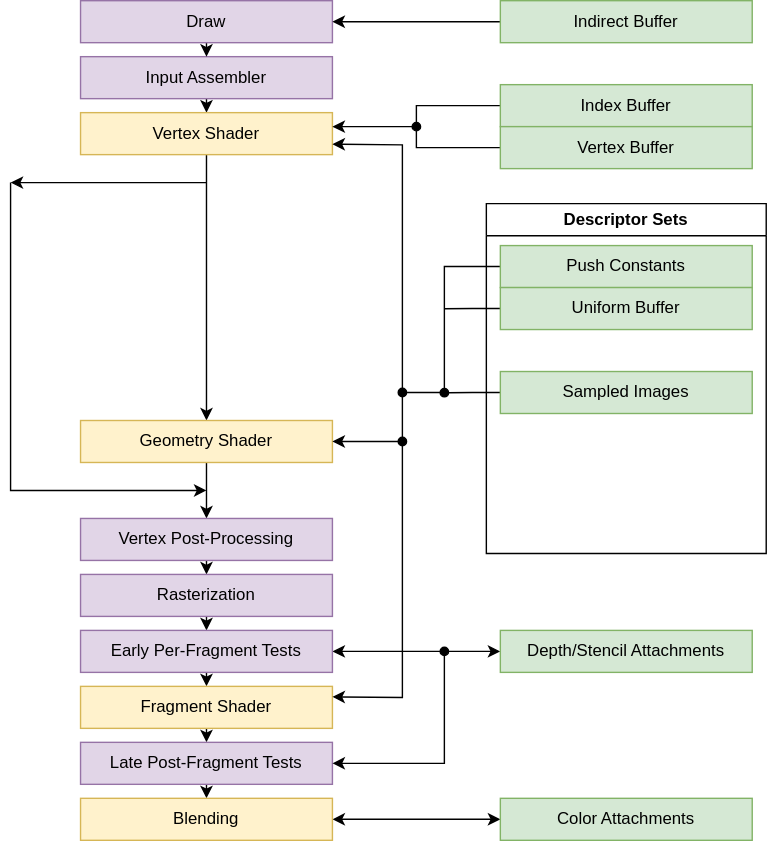
Tengu712/vulkan-tutorial keeps this draw.io diagram as img/vulkan-rendering-pipeline-diagram-in-tutorial.svg. Above is the earlier version. Source tidied: cells renumbered, new cells last; positions are measured from the earlier drawing's top-left corner, leaving out a move shared by most shapes. Its diagram source:
```xml
<mxGraphModel>
  <root>
    <mxCell id="0" />
    <mxCell id="1" parent="0" />
    <mxCell id="2" style="edgeStyle=orthogonalEdgeStyle;rounded=0;jettySize=auto;html=1;exitX=0.5;exitY=1;exitDx=0;exitDy=0;entryX=0.5;entryY=0;entryDx=0;entryDy=0;" parent="1" edge="1" source="3" target="5">
      <mxGeometry relative="1" as="geometry" />
    </mxCell>
    <mxCell id="3" value="&lt;div&gt;Input Assembler&lt;/div&gt;" style="rounded=0;whiteSpace=wrap;html=1;fillColor=#e1d5e7;strokeColor=#9673a6;" parent="1" vertex="1">
      <mxGeometry x="50" y="40" width="180" height="30" as="geometry" />
    </mxCell>
    <mxCell id="4" style="edgeStyle=orthogonalEdgeStyle;rounded=0;jettySize=auto;html=1;exitX=0.5;exitY=1;exitDx=0;exitDy=0;entryX=0.5;entryY=0;entryDx=0;entryDy=0;" parent="1" edge="1" source="5" target="7">
      <mxGeometry relative="1" as="geometry" />
    </mxCell>
    <mxCell id="5" value="&lt;div&gt;Vertex Shader&lt;/div&gt;" style="rounded=0;whiteSpace=wrap;html=1;fillColor=#fff2cc;strokeColor=#d6b656;" parent="1" vertex="1">
      <mxGeometry x="50" y="80" width="180" height="30" as="geometry" />
    </mxCell>
    <mxCell id="6" style="edgeStyle=orthogonalEdgeStyle;rounded=0;jettySize=auto;html=1;exitX=0.5;exitY=1;exitDx=0;exitDy=0;entryX=0.5;entryY=0;entryDx=0;entryDy=0;" parent="1" edge="1" source="7" target="13">
      <mxGeometry relative="1" as="geometry" />
    </mxCell>
    <mxCell id="7" value="&lt;div&gt;Geometry Shader&lt;/div&gt;" style="rounded=0;whiteSpace=wrap;html=1;fillColor=#fff2cc;strokeColor=#d6b656;" parent="1" vertex="1">
      <mxGeometry x="50" y="300" width="180" height="30" as="geometry" />
    </mxCell>
    <mxCell id="8" style="endArrow=classic;html=1;rounded=0;" parent="1" edge="1">
      <mxGeometry relative="1" as="geometry">
        <mxPoint x="140" y="130" as="sourcePoint" />
        <mxPoint y="130" as="targetPoint" />
      </mxGeometry>
    </mxCell>
    <mxCell id="9" style="endArrow=classic;html=1;rounded=0;" parent="1" edge="1">
      <mxGeometry relative="1" as="geometry">
        <mxPoint y="130" as="sourcePoint" />
        <mxPoint x="140" y="350" as="targetPoint" />
        <Array as="points">
          <mxPoint y="350" />
        </Array>
      </mxGeometry>
    </mxCell>
    <mxCell id="10" style="edgeStyle=orthogonalEdgeStyle;rounded=0;jettySize=auto;html=1;exitX=0.5;exitY=1;exitDx=0;exitDy=0;entryX=0.5;entryY=0;entryDx=0;entryDy=0;" parent="1" edge="1" source="11" target="3">
      <mxGeometry relative="1" as="geometry" />
    </mxCell>
    <mxCell id="11" value="Draw" style="rounded=0;whiteSpace=wrap;html=1;fillColor=#e1d5e7;strokeColor=#9673a6;" parent="1" vertex="1">
      <mxGeometry x="50" width="180" height="30" as="geometry" />
    </mxCell>
    <mxCell id="12" style="edgeStyle=orthogonalEdgeStyle;rounded=0;jettySize=auto;html=1;exitX=0.5;exitY=1;exitDx=0;exitDy=0;entryX=0.5;entryY=0;entryDx=0;entryDy=0;" parent="1" edge="1" source="13" target="15">
      <mxGeometry relative="1" as="geometry" />
    </mxCell>
    <mxCell id="13" value="Vertex Post-Processing" style="rounded=0;whiteSpace=wrap;html=1;fillColor=#e1d5e7;strokeColor=#9673a6;" parent="1" vertex="1">
      <mxGeometry x="50" y="370" width="180" height="30" as="geometry" />
    </mxCell>
    <mxCell id="14" style="edgeStyle=orthogonalEdgeStyle;rounded=0;jettySize=auto;html=1;exitX=0.5;exitY=1;exitDx=0;exitDy=0;entryX=0.5;entryY=0;entryDx=0;entryDy=0;" parent="1" edge="1" source="15" target="18">
      <mxGeometry relative="1" as="geometry" />
    </mxCell>
    <mxCell id="15" value="Rasterization" style="rounded=0;whiteSpace=wrap;html=1;fillColor=#e1d5e7;strokeColor=#9673a6;" parent="1" vertex="1">
      <mxGeometry x="50" y="410" width="180" height="30" as="geometry" />
    </mxCell>
    <mxCell id="16" style="edgeStyle=orthogonalEdgeStyle;rounded=0;jettySize=auto;html=1;exitX=0.5;exitY=1;exitDx=0;exitDy=0;entryX=0.5;entryY=0;entryDx=0;entryDy=0;" parent="1" edge="1" source="18" target="20">
      <mxGeometry relative="1" as="geometry" />
    </mxCell>
    <mxCell id="17" style="edgeStyle=orthogonalEdgeStyle;rounded=0;jettySize=auto;html=1;exitX=1;exitY=0.5;exitDx=0;exitDy=0;entryX=0;entryY=0.5;entryDx=0;entryDy=0;startArrow=classic;startFill=1;" parent="1" edge="1" source="18" target="33">
      <mxGeometry relative="1" as="geometry" />
    </mxCell>
    <mxCell id="18" value="&lt;div&gt;Early Per-Fragment Tests&lt;/div&gt;" style="rounded=0;whiteSpace=wrap;html=1;fillColor=#e1d5e7;strokeColor=#9673a6;" parent="1" vertex="1">
      <mxGeometry x="50" y="450" width="180" height="30" as="geometry" />
    </mxCell>
    <mxCell id="19" style="edgeStyle=orthogonalEdgeStyle;rounded=0;jettySize=auto;html=1;exitX=0.5;exitY=1;exitDx=0;exitDy=0;entryX=0.5;entryY=0;entryDx=0;entryDy=0;" parent="1" edge="1" source="20" target="22">
      <mxGeometry relative="1" as="geometry" />
    </mxCell>
    <mxCell id="20" value="Fragment Shader" style="rounded=0;whiteSpace=wrap;html=1;fillColor=#fff2cc;strokeColor=#d6b656;" parent="1" vertex="1">
      <mxGeometry x="50" y="490" width="180" height="30" as="geometry" />
    </mxCell>
    <mxCell id="21" style="edgeStyle=orthogonalEdgeStyle;rounded=0;jettySize=auto;html=1;exitX=0.5;exitY=1;exitDx=0;exitDy=0;entryX=0.5;entryY=0;entryDx=0;entryDy=0;" parent="1" edge="1" source="22" target="24">
      <mxGeometry relative="1" as="geometry" />
    </mxCell>
    <mxCell id="22" value="Late Post-Fragment Tests" style="rounded=0;whiteSpace=wrap;html=1;fillColor=#e1d5e7;strokeColor=#9673a6;" parent="1" vertex="1">
      <mxGeometry x="50" y="530" width="180" height="30" as="geometry" />
    </mxCell>
    <mxCell id="23" style="edgeStyle=orthogonalEdgeStyle;rounded=0;jettySize=auto;html=1;exitX=1;exitY=0.5;exitDx=0;exitDy=0;entryX=0;entryY=0.5;entryDx=0;entryDy=0;startArrow=classic;startFill=1;" parent="1" edge="1" source="24" target="34">
      <mxGeometry relative="1" as="geometry" />
    </mxCell>
    <mxCell id="24" value="Blending" style="rounded=0;whiteSpace=wrap;html=1;fillColor=#fff2cc;strokeColor=#d6b656;" parent="1" vertex="1">
      <mxGeometry x="50" y="570" width="180" height="30" as="geometry" />
    </mxCell>
    <mxCell id="25" style="edgeStyle=orthogonalEdgeStyle;rounded=0;jettySize=auto;html=1;exitX=0;exitY=0.5;exitDx=0;exitDy=0;" parent="1" edge="1" source="26">
      <mxGeometry relative="1" as="geometry">
        <mxPoint x="230" y="90" as="targetPoint" />
      </mxGeometry>
    </mxCell>
    <mxCell id="26" value="Index Buffer" style="rounded=0;whiteSpace=wrap;html=1;fillColor=#d5e8d4;strokeColor=#82b366;" parent="1" vertex="1">
      <mxGeometry x="350" y="60" width="180" height="30" as="geometry" />
    </mxCell>
    <mxCell id="27" style="edgeStyle=orthogonalEdgeStyle;rounded=0;jettySize=auto;html=1;exitX=0;exitY=0.5;exitDx=0;exitDy=0;entryX=1;entryY=0.5;entryDx=0;entryDy=0;" parent="1" edge="1" source="28" target="11">
      <mxGeometry relative="1" as="geometry" />
    </mxCell>
    <mxCell id="28" value="Indirect Buffer" style="rounded=0;whiteSpace=wrap;html=1;fillColor=#d5e8d4;strokeColor=#82b366;" parent="1" vertex="1">
      <mxGeometry x="350" width="180" height="30" as="geometry" />
    </mxCell>
    <mxCell id="29" style="edgeStyle=orthogonalEdgeStyle;rounded=0;jettySize=auto;html=1;exitX=0;exitY=0.5;exitDx=0;exitDy=0;endArrow=oval;endFill=1;startArrow=none;startFill=0;" parent="1" edge="1" source="30">
      <mxGeometry relative="1" as="geometry">
        <mxPoint x="290" y="90" as="targetPoint" />
        <Array as="points">
          <mxPoint x="290" y="105" />
        </Array>
      </mxGeometry>
    </mxCell>
    <mxCell id="30" value="Vertex Buffer" style="rounded=0;whiteSpace=wrap;html=1;fillColor=#d5e8d4;strokeColor=#82b366;" parent="1" vertex="1">
      <mxGeometry x="350" y="90" width="180" height="30" as="geometry" />
    </mxCell>
    <mxCell id="31" style="endArrow=classic;html=1;rounded=0;entryX=1;entryY=0.75;entryDx=0;entryDy=0;exitX=1;exitY=0.25;exitDx=0;exitDy=0;startArrow=classic;startFill=1;" parent="1" edge="1" source="20" target="5">
      <mxGeometry relative="1" as="geometry">
        <Array as="points">
          <mxPoint x="280" y="498" />
          <mxPoint x="280" y="103" />
        </Array>
      </mxGeometry>
    </mxCell>
    <mxCell id="32" style="endArrow=classic;html=1;rounded=0;entryX=1;entryY=0.5;entryDx=0;entryDy=0;startArrow=oval;startFill=1;" parent="1" edge="1" target="7">
      <mxGeometry relative="1" as="geometry">
        <mxPoint x="280" y="315" as="sourcePoint" />
      </mxGeometry>
    </mxCell>
    <mxCell id="33" value="Depth/Stencil Attachments" style="rounded=0;whiteSpace=wrap;html=1;fillColor=#d5e8d4;strokeColor=#82b366;" parent="1" vertex="1">
      <mxGeometry x="350" y="450" width="180" height="30" as="geometry" />
    </mxCell>
    <mxCell id="34" value="Color Attachments" style="rounded=0;whiteSpace=wrap;html=1;fillColor=#d5e8d4;strokeColor=#82b366;" parent="1" vertex="1">
      <mxGeometry x="350" y="570" width="180" height="30" as="geometry" />
    </mxCell>
    <mxCell id="35" style="endArrow=classic;html=1;rounded=0;entryX=1;entryY=0.5;entryDx=0;entryDy=0;startArrow=oval;startFill=1;" parent="1" edge="1" target="22">
      <mxGeometry relative="1" as="geometry">
        <mxPoint x="310" y="465" as="sourcePoint" />
        <Array as="points">
          <mxPoint x="310" y="545" />
        </Array>
      </mxGeometry>
    </mxCell>
    <mxCell id="36" value="Descriptor Sets" style="swimlane;whiteSpace=wrap;html=1;" parent="1" vertex="1">
      <mxGeometry x="340" y="145" width="200" height="250" as="geometry" />
    </mxCell>
    <mxCell id="37" style="edgeStyle=orthogonalEdgeStyle;rounded=0;jettySize=auto;html=1;exitX=0;exitY=0.5;exitDx=0;exitDy=0;endArrow=oval;endFill=1;" parent="36" edge="1" source="38">
      <mxGeometry relative="1" as="geometry">
        <mxPoint x="-60" y="135" as="targetPoint" />
        <Array as="points">
          <mxPoint x="-30" y="45" />
          <mxPoint x="-30" y="135" />
        </Array>
      </mxGeometry>
    </mxCell>
    <mxCell id="38" value="&lt;div&gt;Push Constants&lt;/div&gt;" style="rounded=0;whiteSpace=wrap;html=1;fillColor=#d5e8d4;strokeColor=#82b366;" parent="36" vertex="1">
      <mxGeometry x="10" y="30" width="180" height="30" as="geometry" />
    </mxCell>
    <mxCell id="39" style="edgeStyle=orthogonalEdgeStyle;rounded=0;jettySize=auto;html=1;exitX=0;exitY=0.5;exitDx=0;exitDy=0;endArrow=none;endFill=0;" parent="36" edge="1" source="40">
      <mxGeometry relative="1" as="geometry">
        <mxPoint x="-30" y="75.1" as="targetPoint" />
      </mxGeometry>
    </mxCell>
    <mxCell id="40" value="Uniform Buffer" style="rounded=0;whiteSpace=wrap;html=1;fillColor=#d5e8d4;strokeColor=#82b366;" parent="36" vertex="1">
      <mxGeometry x="10" y="60" width="180" height="30" as="geometry" />
    </mxCell>
    <mxCell id="41" style="edgeStyle=orthogonalEdgeStyle;rounded=0;jettySize=auto;html=1;exitX=0;exitY=0.5;exitDx=0;exitDy=0;endArrow=oval;endFill=1;" parent="36" edge="1" source="42">
      <mxGeometry relative="1" as="geometry">
        <mxPoint x="-30" y="135.1" as="targetPoint" />
      </mxGeometry>
    </mxCell>
    <mxCell id="42" value="Sampled Images" style="rounded=0;whiteSpace=wrap;html=1;fillColor=#d5e8d4;strokeColor=#82b366;" parent="36" vertex="1">
      <mxGeometry x="10" y="120" width="180" height="30" as="geometry" />
    </mxCell>
  </root>
</mxGraphModel>
```
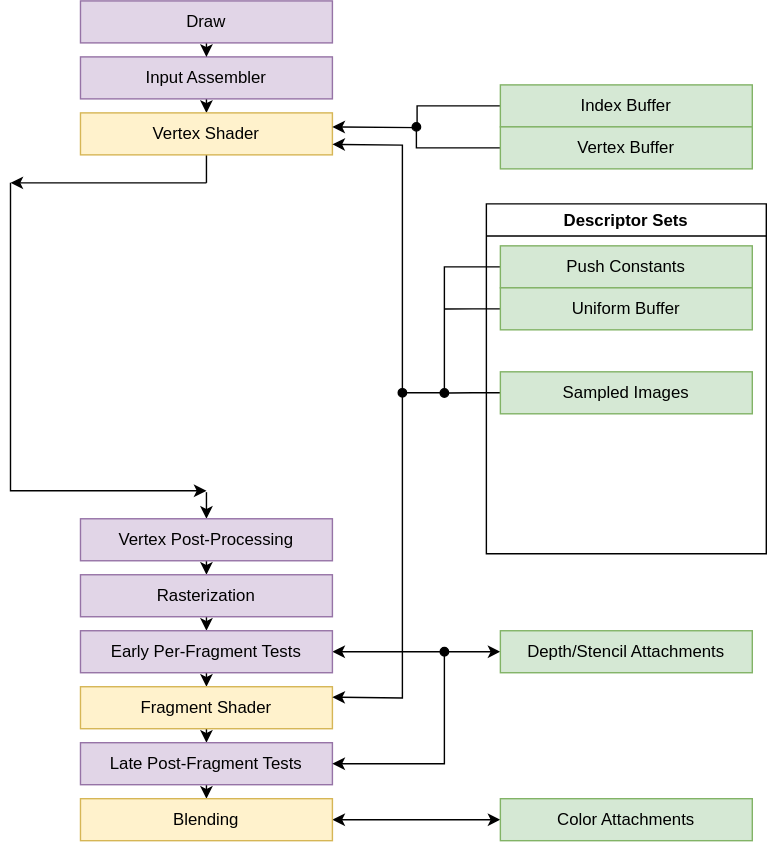
After the change.

Change to the diagram source:
```diff
@@ -8,18 +8,19 @@
     <mxCell id="3" value="&lt;div&gt;Input Assembler&lt;/div&gt;" style="rounded=0;whiteSpace=wrap;html=1;fillColor=#e1d5e7;strokeColor=#9673a6;" parent="1" vertex="1">
       <mxGeometry x="50" y="40" width="180" height="30" as="geometry" />
     </mxCell>
-    <mxCell id="4" style="edgeStyle=orthogonalEdgeStyle;rounded=0;jettySize=auto;html=1;exitX=0.5;exitY=1;exitDx=0;exitDy=0;entryX=0.5;entryY=0;entryDx=0;entryDy=0;" parent="1" edge="1" source="5" target="7">
-      <mxGeometry relative="1" as="geometry" />
+    <mxCell id="4" style="edgeStyle=orthogonalEdgeStyle;rounded=0;jettySize=auto;html=1;exitX=0.5;exitY=1;exitDx=0;exitDy=0;endArrow=none;endFill=0;" parent="1" edge="1" source="5">
+      <mxGeometry relative="1" as="geometry">
+        <mxPoint x="140" y="130" as="targetPoint" />
+      </mxGeometry>
     </mxCell>
     <mxCell id="5" value="&lt;div&gt;Vertex Shader&lt;/div&gt;" style="rounded=0;whiteSpace=wrap;html=1;fillColor=#fff2cc;strokeColor=#d6b656;" parent="1" vertex="1">
       <mxGeometry x="50" y="80" width="180" height="30" as="geometry" />
     </mxCell>
-    <mxCell id="6" style="edgeStyle=orthogonalEdgeStyle;rounded=0;jettySize=auto;html=1;exitX=0.5;exitY=1;exitDx=0;exitDy=0;entryX=0.5;entryY=0;entryDx=0;entryDy=0;" parent="1" edge="1" source="7" target="13">
-      <mxGeometry relative="1" as="geometry" />
+    <mxCell id="6" style="edgeStyle=orthogonalEdgeStyle;rounded=0;jettySize=auto;html=1;entryX=0.5;entryY=0;entryDx=0;entryDy=0;" parent="1" edge="1" target="13">
+      <mxGeometry relative="1" as="geometry">
+        <mxPoint x="140" y="351" as="sourcePoint" />
+      </mxGeometry>
     </mxCell>
-    <mxCell id="7" value="&lt;div&gt;Geometry Shader&lt;/div&gt;" style="rounded=0;whiteSpace=wrap;html=1;fillColor=#fff2cc;strokeColor=#d6b656;" parent="1" vertex="1">
-      <mxGeometry x="50" y="300" width="180" height="30" as="geometry" />
-    </mxCell>
     <mxCell id="8" style="endArrow=classic;html=1;rounded=0;" parent="1" edge="1">
       <mxGeometry relative="1" as="geometry">
         <mxPoint x="140" y="130" as="sourcePoint" />
@@ -88,12 +89,6 @@
     <mxCell id="26" value="Index Buffer" style="rounded=0;whiteSpace=wrap;html=1;fillColor=#d5e8d4;strokeColor=#82b366;" parent="1" vertex="1">
       <mxGeometry x="350" y="60" width="180" height="30" as="geometry" />
     </mxCell>
-    <mxCell id="27" style="edgeStyle=orthogonalEdgeStyle;rounded=0;jettySize=auto;html=1;exitX=0;exitY=0.5;exitDx=0;exitDy=0;entryX=1;entryY=0.5;entryDx=0;entryDy=0;" parent="1" edge="1" source="28" target="11">
-      <mxGeometry relative="1" as="geometry" />
-    </mxCell>
-    <mxCell id="28" value="Indirect Buffer" style="rounded=0;whiteSpace=wrap;html=1;fillColor=#d5e8d4;strokeColor=#82b366;" parent="1" vertex="1">
-      <mxGeometry x="350" width="180" height="30" as="geometry" />
-    </mxCell>
     <mxCell id="29" style="edgeStyle=orthogonalEdgeStyle;rounded=0;jettySize=auto;html=1;exitX=0;exitY=0.5;exitDx=0;exitDy=0;endArrow=oval;endFill=1;startArrow=none;startFill=0;" parent="1" edge="1" source="30">
       <mxGeometry relative="1" as="geometry">
         <mxPoint x="290" y="90" as="targetPoint" />
@@ -113,11 +108,6 @@
         </Array>
       </mxGeometry>
     </mxCell>
-    <mxCell id="32" style="endArrow=classic;html=1;rounded=0;entryX=1;entryY=0.5;entryDx=0;entryDy=0;startArrow=oval;startFill=1;" parent="1" edge="1" target="7">
-      <mxGeometry relative="1" as="geometry">
-        <mxPoint x="280" y="315" as="sourcePoint" />
-      </mxGeometry>
-    </mxCell>
     <mxCell id="33" value="Depth/Stencil Attachments" style="rounded=0;whiteSpace=wrap;html=1;fillColor=#d5e8d4;strokeColor=#82b366;" parent="1" vertex="1">
       <mxGeometry x="350" y="450" width="180" height="30" as="geometry" />
     </mxCell>
```
